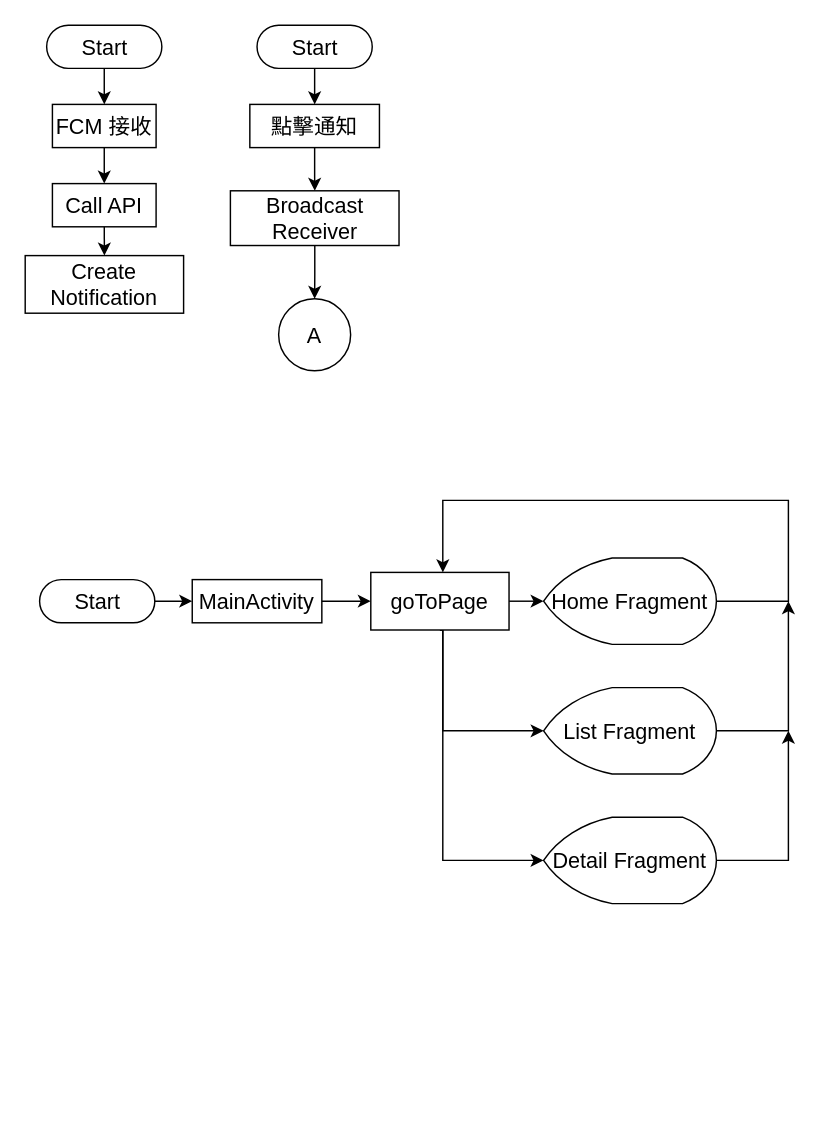
ccckyc/draw keeps this draw.io diagram as page "ALL" (1 of 9) of 一般流程.drawio. Above is the earlier version. Source tidied: cells renumbered, new cells numbered last; positions are measured from the earlier drawing's top-left corner, leaving out a move shared by most shapes. Both pictures are drawn from the tidied source at 144%, with x=0, y=0 at pixel (24, 24).
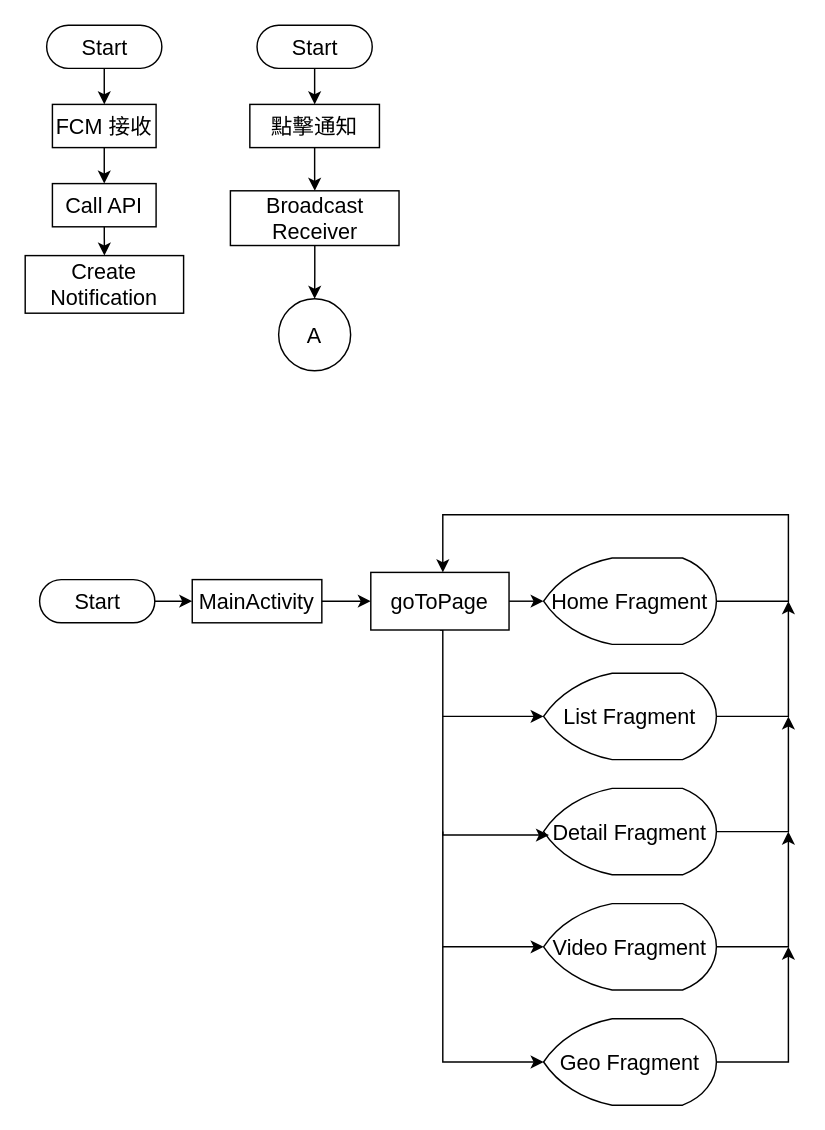
Above is the later version.

The change refers to these unchanged cells:
```xml
<mxCell id="8" value="goToPage" style="whiteSpace=wrap;html=1;dashed=0;fontStyle=0;strokeWidth=1;fontFamily=Helvetica;fontSize=15;spacing=2;" parent="1" vertex="1">
  <mxGeometry x="240" y="380" width="96" height="40" as="geometry" />
</mxCell>
<mxCell id="10" value="&lt;span style=&quot;font-size: 15px;&quot;&gt;Home Fragment&lt;/span&gt;" style="strokeWidth=1;html=1;shape=mxgraph.flowchart.display;whiteSpace=wrap;fontStyle=0;fontFamily=Helvetica;fontSize=15;spacing=2;" parent="1" vertex="1">
  <mxGeometry x="360" y="370" width="120" height="60" as="geometry" />
</mxCell>
```

The edit, as a diff of the source:
```diff
@@
     <mxCell id="5" style="edgeStyle=orthogonalEdgeStyle;rounded=0;jettySize=auto;html=1;exitX=0.5;exitY=1;exitDx=0;exitDy=0;entryX=0;entryY=0.5;entryDx=0;entryDy=0;entryPerimeter=0;fontStyle=0;strokeWidth=1;fontFamily=Helvetica;fontSize=15;spacing=2;" parent="1" edge="1" source="8" target="12">
       <mxGeometry relative="1" as="geometry">
         <Array as="points">
           <mxPoint x="290" y="420" />
-          <mxPoint x="290" y="490" />
+          <mxPoint x="290" y="480" />
         </Array>
       </mxGeometry>
     </mxCell>
-    <mxCell id="6" style="edgeStyle=orthogonalEdgeStyle;rounded=0;jettySize=auto;html=1;exitX=0.5;exitY=1;exitDx=0;exitDy=0;entryX=0;entryY=0.5;entryDx=0;entryDy=0;entryPerimeter=0;fontStyle=0;strokeWidth=1;fontFamily=Helvetica;fontSize=15;spacing=2;" parent="1" edge="1" source="8" target="14">
-      <mxGeometry relative="1" as="geometry">
-        <Array as="points">
-          <mxPoint x="290" y="420" />
-          <mxPoint x="290" y="580" />
-        </Array>
-      </mxGeometry>
-    </mxCell>
@@
     <mxCell id="9" style="edgeStyle=orthogonalEdgeStyle;rounded=0;jettySize=auto;html=1;fontStyle=0;strokeWidth=1;fontFamily=Helvetica;fontSize=15;spacing=2;" parent="1" edge="1" source="10" target="8">
       <mxGeometry relative="1" as="geometry">
         <Array as="points">
           <mxPoint x="530" y="400" />
-          <mxPoint x="530" y="330" />
-          <mxPoint x="290" y="330" />
+          <mxPoint x="530" y="340" />
+          <mxPoint x="290" y="340" />
         </Array>
       </mxGeometry>
     </mxCell>
@@
     <mxCell id="11" style="edgeStyle=orthogonalEdgeStyle;rounded=0;jettySize=auto;html=1;fontStyle=0;strokeWidth=1;fontFamily=Helvetica;fontSize=15;spacing=2;" parent="1" edge="1" source="12">
       <mxGeometry relative="1" as="geometry">
         <mxPoint x="530" y="400" as="targetPoint" />
         <Array as="points">
-          <mxPoint x="530" y="490" />
+          <mxPoint x="530" y="480" />
         </Array>
       </mxGeometry>
     </mxCell>
     <mxCell id="12" value="&lt;span style=&quot;font-size: 15px;&quot;&gt;List Fragment&lt;/span&gt;" style="strokeWidth=1;html=1;shape=mxgraph.flowchart.display;whiteSpace=wrap;fontStyle=0;fontFamily=Helvetica;fontSize=15;spacing=2;" parent="1" vertex="1">
-      <mxGeometry x="360" y="460" width="120" height="60" as="geometry" />
+      <mxGeometry x="360" y="450" width="120" height="60" as="geometry" />
     </mxCell>
     <mxCell id="13" style="edgeStyle=orthogonalEdgeStyle;rounded=0;jettySize=auto;html=1;exitX=1;exitY=0.5;exitDx=0;exitDy=0;exitPerimeter=0;fontStyle=0;strokeWidth=1;fontFamily=Helvetica;fontSize=15;spacing=2;" parent="1" edge="1" source="14">
       <mxGeometry relative="1" as="geometry">
-        <mxPoint x="530" y="490" as="targetPoint" />
+        <mxPoint x="530" y="480" as="targetPoint" />
         <Array as="points">
-          <mxPoint x="530" y="580" />
+          <mxPoint x="530" y="560" />
         </Array>
       </mxGeometry>
     </mxCell>
     <mxCell id="14" value="&lt;span style=&quot;font-size: 15px;&quot;&gt;Detail Fragment&lt;/span&gt;" style="strokeWidth=1;html=1;shape=mxgraph.flowchart.display;whiteSpace=wrap;fontStyle=0;fontFamily=Helvetica;fontSize=15;spacing=2;" parent="1" vertex="1">
-      <mxGeometry x="360" y="550" width="120" height="60" as="geometry" />
+      <mxGeometry x="360" y="530" width="120" height="60" as="geometry" />
     </mxCell>
@@
+    <mxCell id="31" value="&lt;span style=&quot;font-size: 15px&quot;&gt;Video Fragment&lt;/span&gt;" style="strokeWidth=1;html=1;shape=mxgraph.flowchart.display;whiteSpace=wrap;fontStyle=0;fontFamily=Helvetica;fontSize=15;spacing=2;" parent="1" vertex="1">
+      <mxGeometry x="360" y="610" width="120" height="60" as="geometry" />
+    </mxCell>
+    <mxCell id="32" value="&lt;span style=&quot;font-size: 15px&quot;&gt;Geo Fragment&lt;/span&gt;" style="strokeWidth=1;html=1;shape=mxgraph.flowchart.display;whiteSpace=wrap;fontStyle=0;fontFamily=Helvetica;fontSize=15;spacing=2;" parent="1" vertex="1">
+      <mxGeometry x="360" y="690" width="120" height="60" as="geometry" />
+    </mxCell>
+    <mxCell id="33" style="edgeStyle=orthogonalEdgeStyle;rounded=0;jettySize=auto;html=1;fontStyle=0;strokeWidth=1;fontFamily=Helvetica;fontSize=15;spacing=2;entryX=0;entryY=0.5;entryDx=0;entryDy=0;entryPerimeter=0;" parent="1" edge="1" target="31">
+      <mxGeometry relative="1" as="geometry">
+        <mxPoint x="290" y="560" as="sourcePoint" />
+        <Array as="points">
+          <mxPoint x="290" y="580" />
+          <mxPoint x="290" y="680" />
+        </Array>
+      </mxGeometry>
+    </mxCell>
+    <mxCell id="34" style="edgeStyle=orthogonalEdgeStyle;rounded=0;jettySize=auto;html=1;fontStyle=0;strokeWidth=1;fontFamily=Helvetica;fontSize=15;spacing=2;entryX=0;entryY=0.5;entryDx=0;entryDy=0;entryPerimeter=0;" parent="1" edge="1" target="32">
+      <mxGeometry relative="1" as="geometry">
+        <mxPoint x="290" y="640" as="sourcePoint" />
+        <Array as="points">
+          <mxPoint x="290" y="720" />
+        </Array>
+      </mxGeometry>
+    </mxCell>
+    <mxCell id="35" style="edgeStyle=orthogonalEdgeStyle;rounded=0;jettySize=auto;html=1;fontStyle=0;strokeWidth=1;fontFamily=Helvetica;fontSize=15;spacing=2;entryX=0.031;entryY=0.54;entryDx=0;entryDy=0;entryPerimeter=0;" parent="1" edge="1" target="14">
+      <mxGeometry relative="1" as="geometry">
+        <mxPoint x="290" y="480" as="sourcePoint" />
+        <Array as="points">
+          <mxPoint x="290" y="562" />
+          <mxPoint x="364" y="562" />
+        </Array>
+      </mxGeometry>
+    </mxCell>
+    <mxCell id="36" style="edgeStyle=orthogonalEdgeStyle;rounded=0;jettySize=auto;html=1;fontStyle=0;strokeWidth=1;fontFamily=Helvetica;fontSize=15;spacing=2;exitX=1;exitY=0.5;exitDx=0;exitDy=0;exitPerimeter=0;" parent="1" edge="1" source="31">
+      <mxGeometry relative="1" as="geometry">
+        <mxPoint x="530" y="560" as="targetPoint" />
+        <Array as="points">
+          <mxPoint x="530" y="640" />
+        </Array>
+      </mxGeometry>
+    </mxCell>
+    <mxCell id="37" style="edgeStyle=orthogonalEdgeStyle;rounded=0;jettySize=auto;html=1;fontStyle=0;strokeWidth=1;fontFamily=Helvetica;fontSize=15;spacing=2;exitX=1;exitY=0.5;exitDx=0;exitDy=0;exitPerimeter=0;" parent="1" edge="1" source="32">
+      <mxGeometry relative="1" as="geometry">
+        <mxPoint x="530" y="640" as="targetPoint" />
+        <Array as="points">
+          <mxPoint x="530" y="720" />
+        </Array>
+      </mxGeometry>
+    </mxCell>
```
